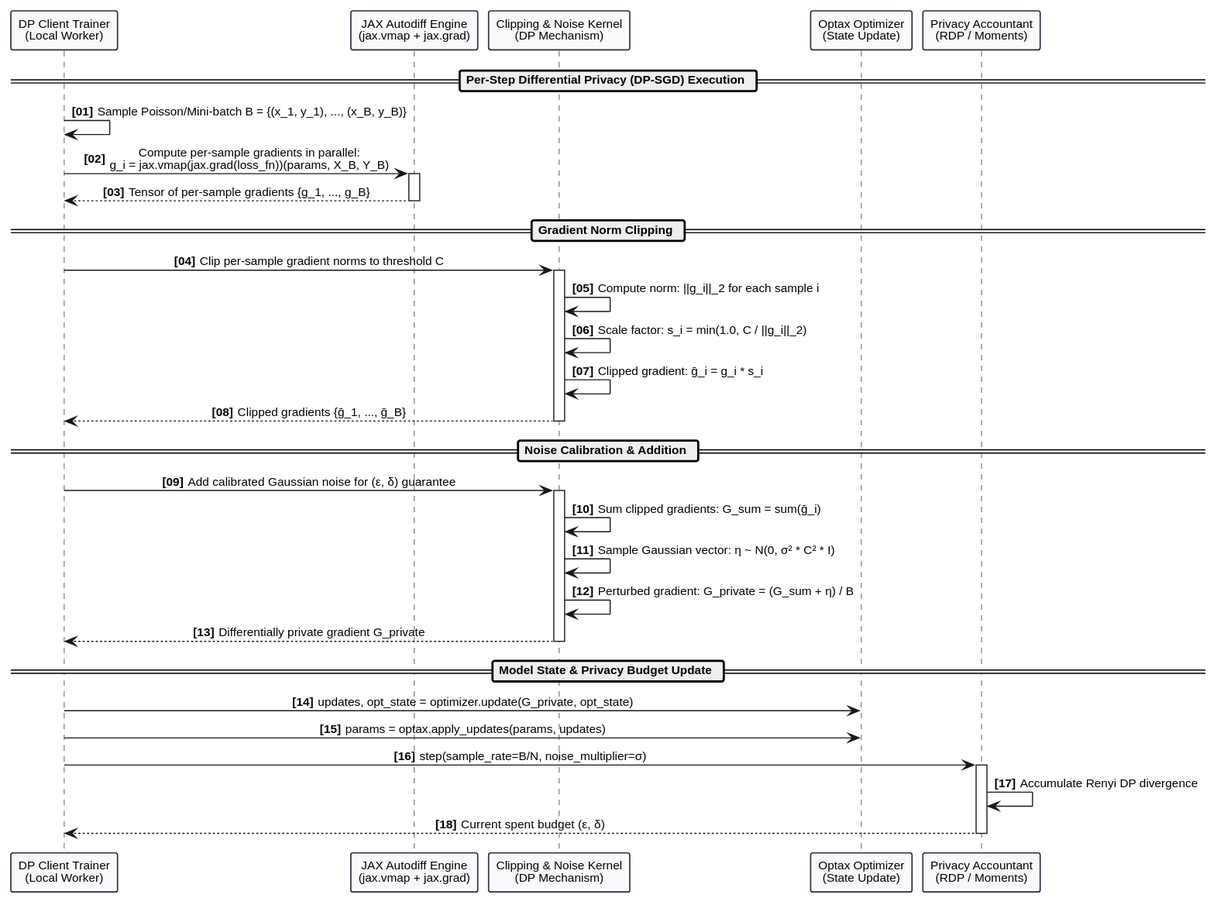
Before: diagrams/02-sequence-diagrams/differential_privacy_dp_sgd.svg, a diagram exported from PlantUML (bernardbdas/research).
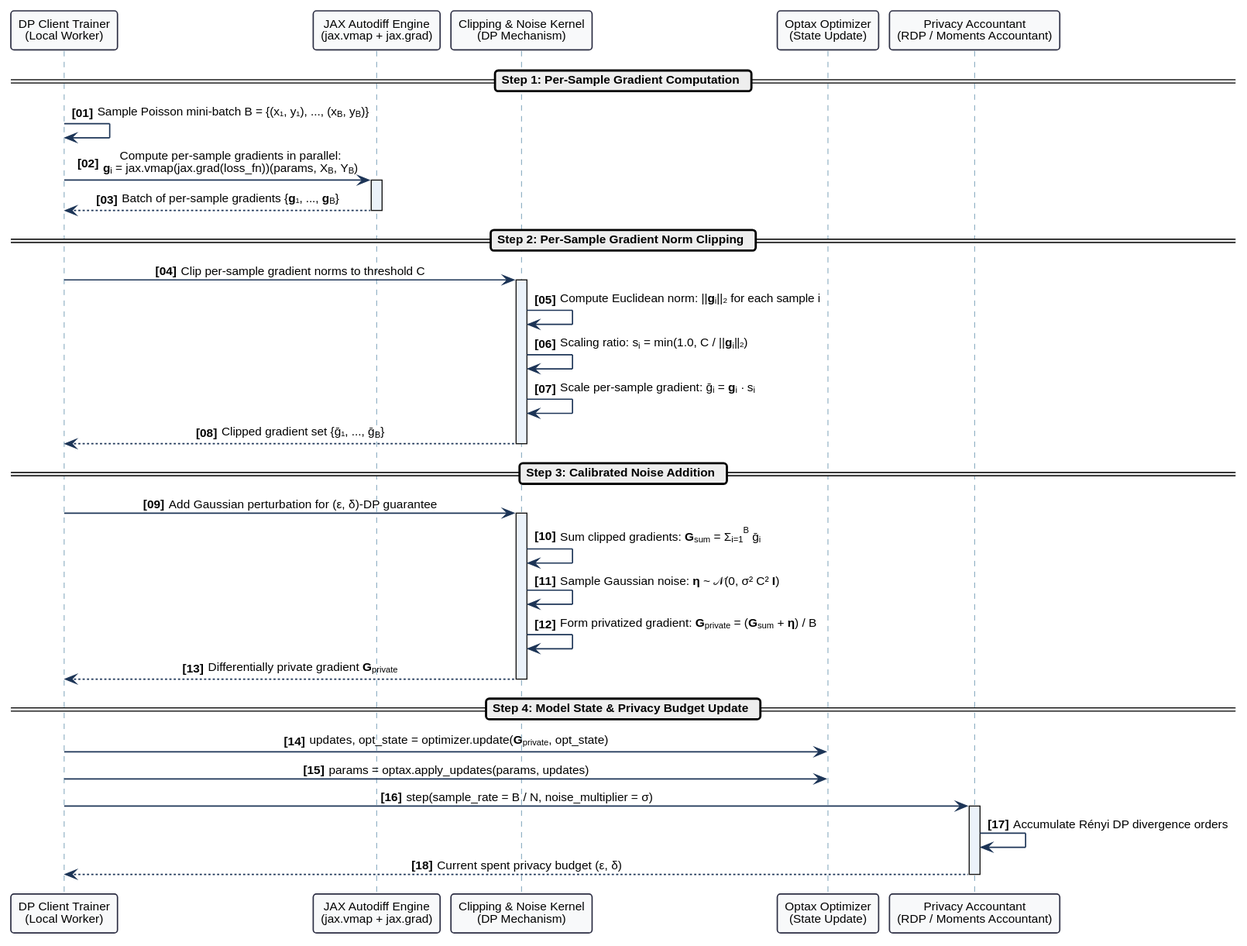
The same diagram one commit later.

Change to the diagram source:
```diff
@@ -1,7 +1,7 @@
 @startuml
 skinparam monochrome false
 skinparam shadowing false
-skinparam roundcorner 4
+skinparam roundcorner 6
 skinparam defaultFontName "Helvetica"
 skinparam defaultFontSize 11
 skinparam sequenceMessageAlign center
@@ -12,46 +12,53 @@
     BorderThickness 1.2
 }
 
+skinparam sequence {
+    ArrowColor #1D3557
+    ArrowThickness 1.2
+    LifeLineBorderColor #457B9D
+    LifeLineBackgroundColor #EBF2FA
+}
+
 autonumber "<b>[00]</b>"
 
 participant "DP Client Trainer\n(Local Worker)" as Trainer
 participant "JAX Autodiff Engine\n(jax.vmap + jax.grad)" as JAX
 participant "Clipping & Noise Kernel\n(DP Mechanism)" as DP
 participant "Optax Optimizer\n(State Update)" as Optax
-participant "Privacy Accountant\n(RDP / Moments)" as Accountant
+participant "Privacy Accountant\n(RDP / Moments Accountant)" as Accountant
 
-== Per-Step Differential Privacy (DP-SGD) Execution ==
+== Step 1: Per-Sample Gradient Computation ==
 
-Trainer -> Trainer : Sample Poisson/Mini-batch B = {(x_1, y_1), ..., (x_B, y_B)}
-Trainer -> JAX : Compute per-sample gradients in parallel:\ng_i = jax.vmap(jax.grad(loss_fn))(params, X_B, Y_B)
+Trainer -> Trainer : Sample Poisson mini-batch B = {(x₁, y₁), ..., (x<sub>B</sub>, y<sub>B</sub>)}
+Trainer -> JAX : Compute per-sample gradients in parallel:\n<b>g</b><sub>i</sub> = jax.vmap(jax.grad(loss_fn))(params, X<sub>B</sub>, Y<sub>B</sub>)
 activate JAX
-JAX --> Trainer : Tensor of per-sample gradients {g_1, ..., g_B}
+JAX --> Trainer : Batch of per-sample gradients {<b>g</b>₁, ..., <b>g</b><sub>B</sub>}
 deactivate JAX
 
-== Gradient Norm Clipping ==
+== Step 2: Per-Sample Gradient Norm Clipping ==
 Trainer -> DP : Clip per-sample gradient norms to threshold C
 activate DP
-DP -> DP : Compute norm: ||g_i||_2 for each sample i
-DP -> DP : Scale factor: s_i = min(1.0, C / ||g_i||_2)
-DP -> DP : Clipped gradient: ḡ_i = g_i * s_i
-DP --> Trainer : Clipped gradients {ḡ_1, ..., ḡ_B}
+DP -> DP : Compute Euclidean norm: ||<b>g</b><sub>i</sub>||₂ for each sample i
+DP -> DP : Scaling ratio: s<sub>i</sub> = min(1.0, C / ||<b>g</b><sub>i</sub>||₂)
+DP -> DP : Scale per-sample gradient: ḡ<sub>i</sub> = <b>g</b><sub>i</sub> · s<sub>i</sub>
+DP --> Trainer : Clipped gradient set {ḡ₁, ..., ḡ<sub>B</sub>}
 deactivate DP
 
-== Noise Calibration & Addition ==
-Trainer -> DP : Add calibrated Gaussian noise for (ε, δ) guarantee
+== Step 3: Calibrated Noise Addition ==
+Trainer -> DP : Add Gaussian perturbation for (ε, δ)-DP guarantee
 activate DP
-DP -> DP : Sum clipped gradients: G_sum = sum(ḡ_i)
-DP -> DP : Sample Gaussian vector: η ~ N(0, σ² * C² * I)
-DP -> DP : Perturbed gradient: G_private = (G_sum + η) / B
-DP --> Trainer : Differentially private gradient G_private
+DP -> DP : Sum clipped gradients: <b>G</b><sub>sum</sub> = Σ<sub>i=1</sub><sup>B</sup> ḡ<sub>i</sub>
+DP -> DP : Sample Gaussian noise: <b>η</b> ~ 𝒩(0, σ² C² <b>I</b>)
+DP -> DP : Form privatized gradient: <b>G</b><sub>private</sub> = (<b>G</b><sub>sum</sub> + <b>η</b>) / B
+DP --> Trainer : Differentially private gradient <b>G</b><sub>private</sub>
 deactivate DP
 
-== Model State & Privacy Budget Update ==
-Trainer -> Optax : updates, opt_state = optimizer.update(G_private, opt_state)
+== Step 4: Model State & Privacy Budget Update ==
+Trainer -> Optax : updates, opt_state = optimizer.update(<b>G</b><sub>private</sub>, opt_state)
 Trainer -> Optax : params = optax.apply_updates(params, updates)
-Trainer -> Accountant : step(sample_rate=B/N, noise_multiplier=σ)
+Trainer -> Accountant : step(sample_rate = B / N, noise_multiplier = σ)
 activate Accountant
-Accountant -> Accountant : Accumulate Renyi DP divergence
-Accountant --> Trainer : Current spent budget (ε, δ)
+Accountant -> Accountant : Accumulate Rényi DP divergence orders
+Accountant --> Trainer : Current spent privacy budget (ε, δ)
 deactivate Accountant
 @enduml
```
